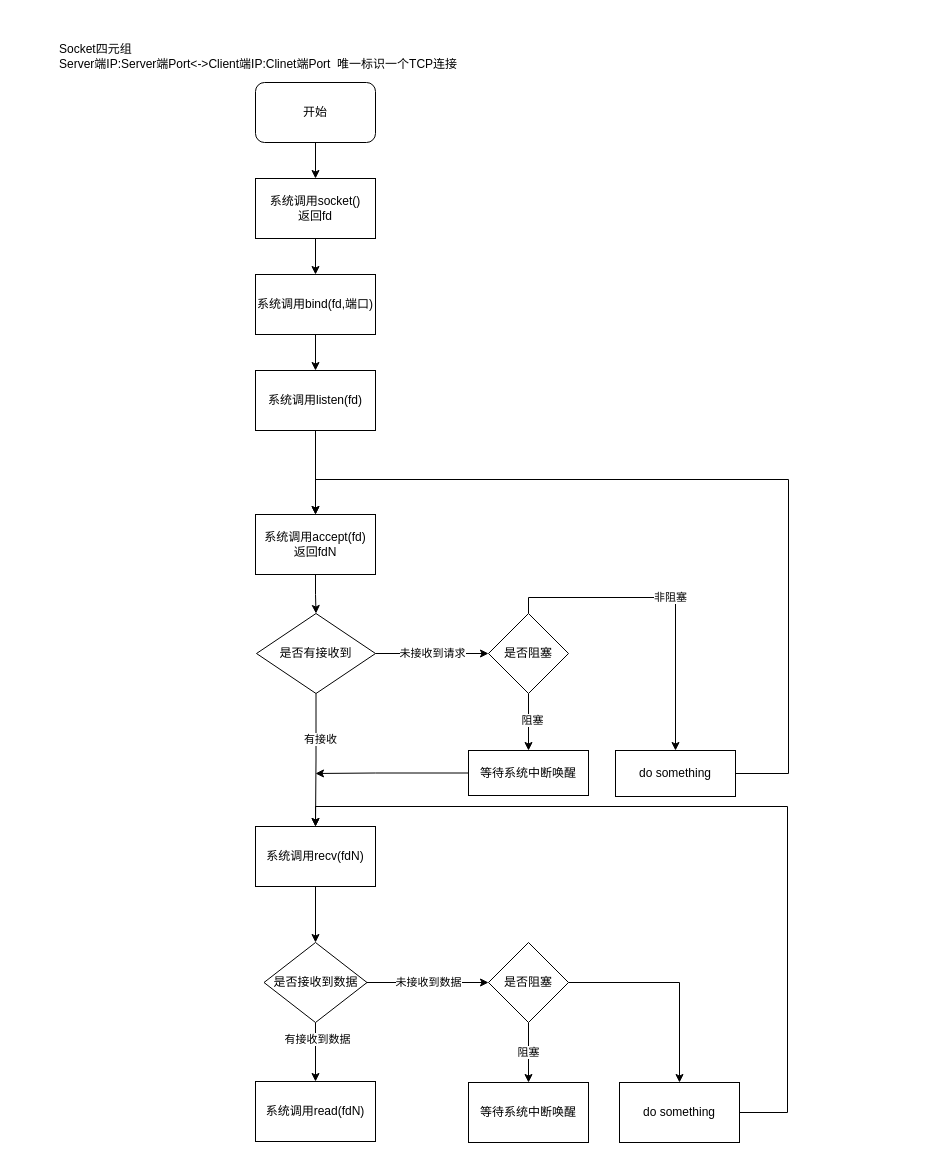
Above: BIO.drawio in catface996/images (draw.io), before the change. Source tidied: cells renumbered, new cells numbered last; positions are measured from the earlier drawing's top-left corner, leaving out a move shared by most shapes. Both pictures are drawn from the tidied source at 100%, with x=0, y=0 at pixel (17, 17).
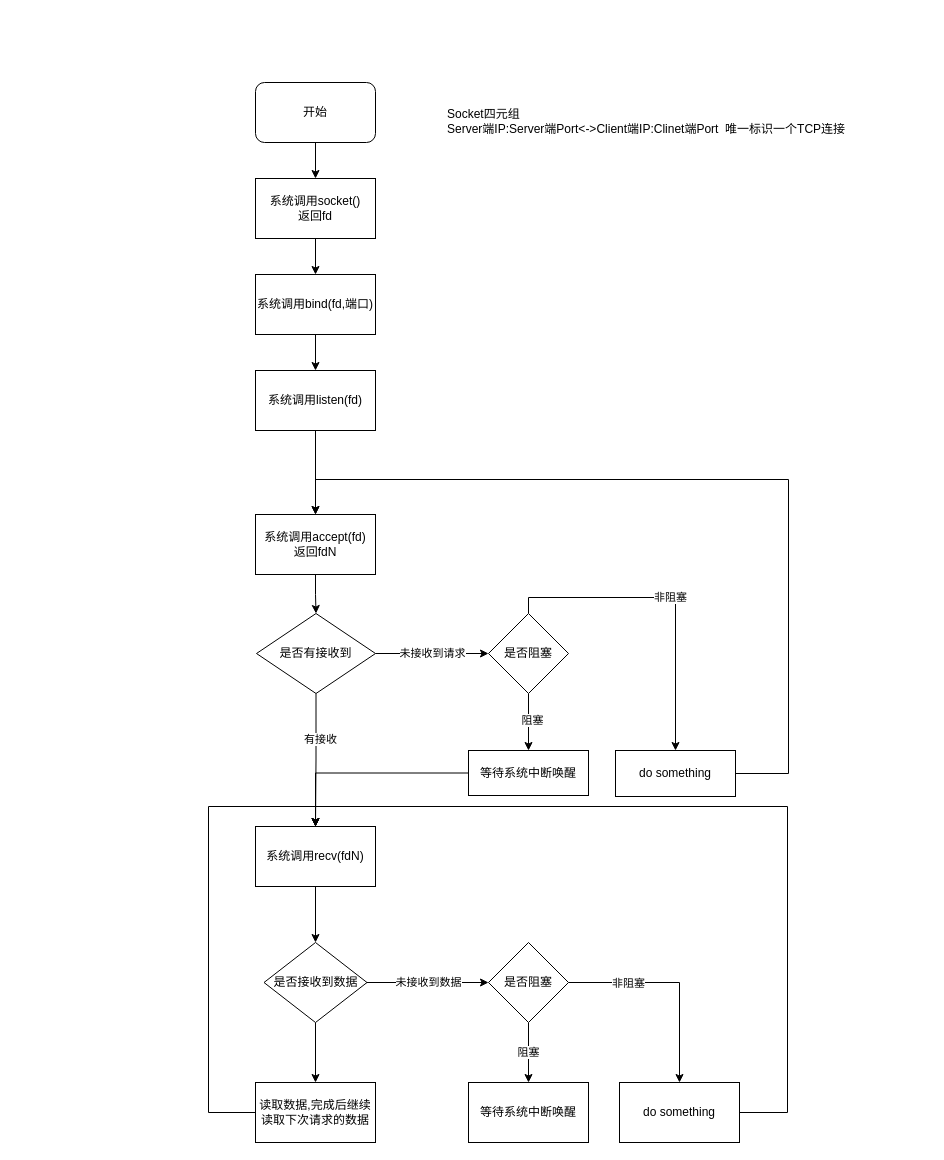
The same diagram, later.

Unchanged cells that the change refers to:
```xml
<mxCell id="14" value="系统调用recv(fdN)" style="rounded=0;whiteSpace=wrap;html=1;align=center;" parent="1" vertex="1">
  <mxGeometry x="238" y="809" width="120" height="60" as="geometry" />
</mxCell>
<mxCell id="25" value="等待系统中断唤醒" style="rounded=0;whiteSpace=wrap;html=1;align=center;" parent="1" vertex="1">
  <mxGeometry x="451" y="733" width="120" height="45" as="geometry" />
</mxCell>
<mxCell id="31" value="是否接收到数据" style="rhombus;whiteSpace=wrap;html=1;align=center;" parent="1" vertex="1">
  <mxGeometry x="246.5" y="925" width="103" height="80" as="geometry" />
</mxCell>
<mxCell id="34" style="edgeStyle=orthogonalEdgeStyle;rounded=0;jettySize=auto;html=1;" parent="1" edge="1" source="35" target="37">
  <mxGeometry relative="1" as="geometry" />
</mxCell>
```

The edit, as a diff of the source:
```diff
@@
     <mxCell id="4" value="&lt;blockquote style=&quot;margin: 0px 0px 0px 40px ; border: none ; padding: 0px&quot;&gt;Socket四元组&lt;/blockquote&gt;&lt;blockquote style=&quot;margin: 0px 0px 0px 40px ; border: none ; padding: 0px&quot;&gt;Server端IP:Server端Port&amp;lt;-&amp;gt;Client端IP:Clinet端Port&amp;nbsp; 唯一标识一个TCP连接&lt;/blockquote&gt;" style="text;html=1;strokeColor=none;fillColor=none;align=left;verticalAlign=middle;whiteSpace=wrap;rounded=0;" parent="1" vertex="1">
-      <mxGeometry width="521" height="77" as="geometry" />
+      <mxGeometry x="388" y="65" width="521" height="77" as="geometry" />
     </mxCell>
@@
-    <mxCell id="15" value="系统调用read(fdN)" style="rounded=0;whiteSpace=wrap;html=1;align=center;" parent="1" vertex="1">
-      <mxGeometry x="238" y="1064" width="120" height="60" as="geometry" />
-    </mxCell>
@@
-    <mxCell id="24" style="edgeStyle=orthogonalEdgeStyle;rounded=0;jettySize=auto;html=1;" parent="1" edge="1" source="25">
-      <mxGeometry relative="1" as="geometry">
-        <mxPoint x="298" y="756" as="targetPoint" />
-        <Array as="points">
-          <mxPoint x="358" y="756" />
-          <mxPoint x="358" y="756" />
-        </Array>
-      </mxGeometry>
-    </mxCell>
+    <mxCell id="38" style="edgeStyle=orthogonalEdgeStyle;rounded=0;jettySize=auto;html=1;" parent="1" edge="1" source="25" target="14">
+      <mxGeometry relative="1" as="geometry" />
+    </mxCell>
@@
-    <mxCell id="28" style="edgeStyle=orthogonalEdgeStyle;rounded=0;jettySize=auto;html=1;entryX=0.5;entryY=0;entryDx=0;entryDy=0;" parent="1" edge="1" source="31" target="15">
-      <mxGeometry relative="1" as="geometry" />
-    </mxCell>
-    <mxCell id="29" value="有接收到数据" style="edgeLabel;html=1;align=center;verticalAlign=middle;" parent="28" vertex="1">
-      <mxGeometry x="-0.46" y="1" relative="1" as="geometry" />
-    </mxCell>
@@
+    <mxCell id="39" style="edgeStyle=orthogonalEdgeStyle;rounded=0;jettySize=auto;html=1;entryX=0.5;entryY=0;entryDx=0;entryDy=0;" parent="1" edge="1" source="31" target="42">
+      <mxGeometry relative="1" as="geometry" />
+    </mxCell>
@@
+    <mxCell id="40" value="非阻塞" style="edgeLabel;html=1;align=center;verticalAlign=middle;" parent="34" vertex="1">
+      <mxGeometry x="-0.44" relative="1" as="geometry" />
+    </mxCell>
@@
+    <mxCell id="41" style="edgeStyle=orthogonalEdgeStyle;rounded=0;jettySize=auto;html=1;entryX=0.5;entryY=0;entryDx=0;entryDy=0;" parent="1" edge="1" source="42" target="14">
+      <mxGeometry relative="1" as="geometry">
+        <Array as="points">
+          <mxPoint x="191" y="1095" />
+          <mxPoint x="191" y="789" />
+          <mxPoint x="298" y="789" />
+        </Array>
+      </mxGeometry>
+    </mxCell>
+    <mxCell id="42" value="读取数据,完成后继续读取下次请求的数据" style="rounded=0;whiteSpace=wrap;html=1;align=center;" parent="1" vertex="1">
+      <mxGeometry x="238" y="1065" width="120" height="60" as="geometry" />
+    </mxCell>
```
